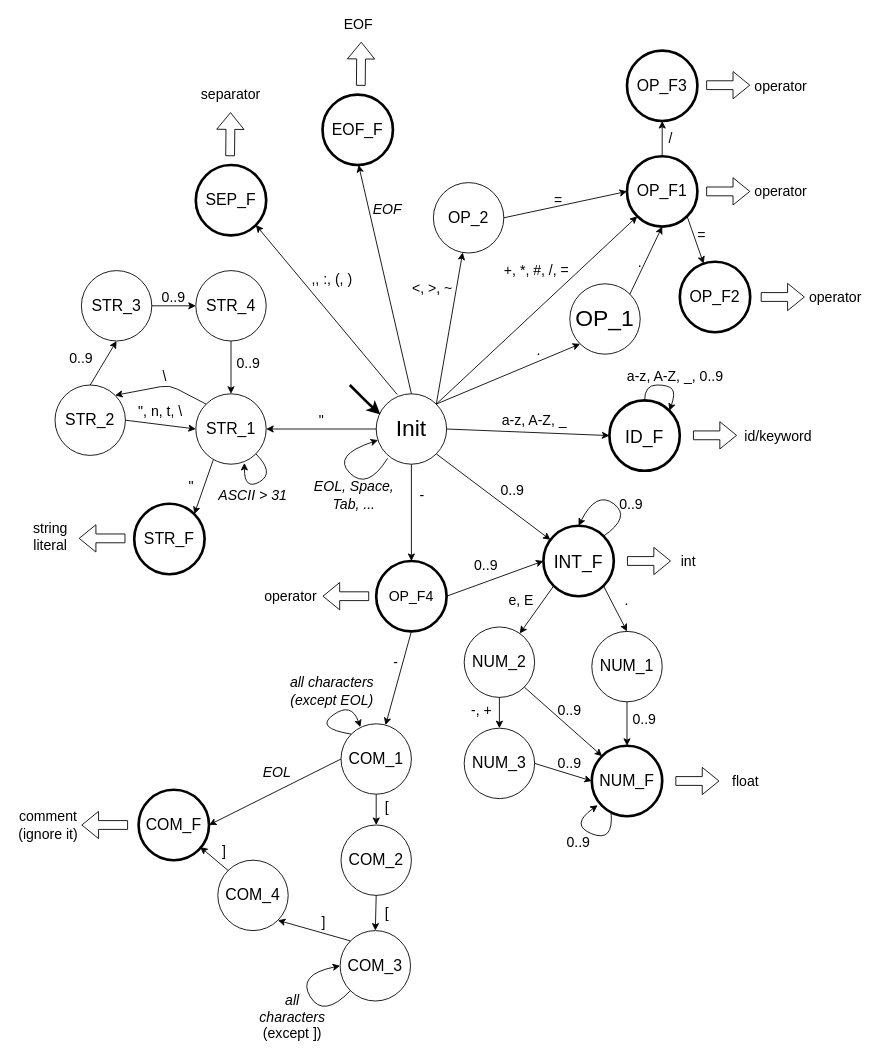
vojone/IFJ21 keeps this draw.io diagram as fsm.drawio. Above is the earlier version. Source tidied: cells renumbered, new cells numbered last; positions are measured from the earlier drawing's top-left corner, leaving out a move shared by most shapes. Both pictures are drawn from the tidied source at 88%, with x=0, y=0 at pixel (15, 15).
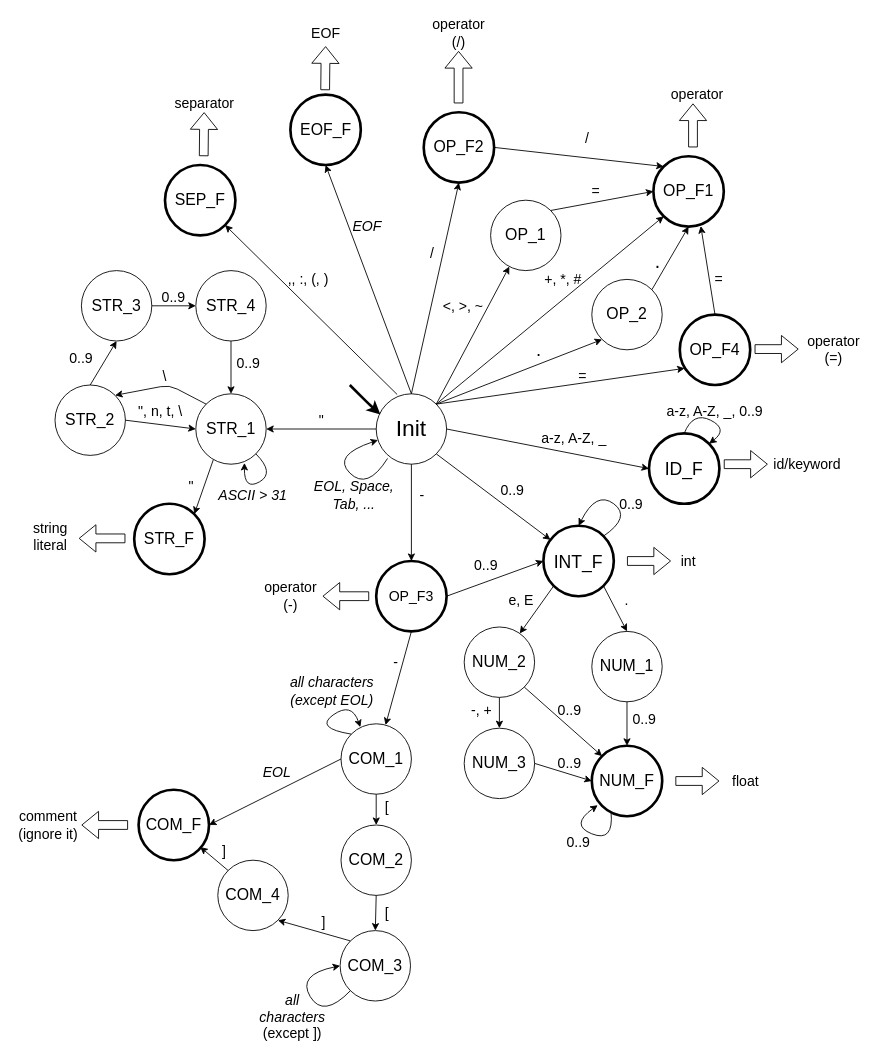
The same diagram, later.

Unchanged cells that the change refers to:
```xml
<mxCell id="4" value="Init" style="ellipse;whiteSpace=wrap;html=1;fontSize=26;" parent="1" vertex="1">
  <mxGeometry x="410" y="430" width="80" height="80" as="geometry" />
</mxCell>
```

Diff of the diagram source:
```diff
@@
     <mxCell id="3" value="a-z, A-Z, _" style="text;html=1;strokeColor=none;fillColor=none;align=center;verticalAlign=middle;whiteSpace=wrap;rounded=0;fontSize=16;" parent="1" vertex="1">
-      <mxGeometry x="550" y="450" width="80" height="20" as="geometry" />
+      <mxGeometry x="595" y="470" width="80" height="20" as="geometry" />
     </mxCell>
@@
     <mxCell id="5" value="ID_F" style="ellipse;whiteSpace=wrap;html=1;fontSize=20;strokeWidth=3;" parent="1" vertex="1">
-      <mxGeometry x="675" y="437.5" width="80" height="80" as="geometry" />
+      <mxGeometry x="720" y="475" width="80" height="80" as="geometry" />
     </mxCell>
     <mxCell id="6" style="curved=1;endArrow=classic;html=1;fontSize=26;exitX=0.5;exitY=0;exitDx=0;exitDy=0;entryX=1;entryY=0;entryDx=0;entryDy=0;" parent="1" edge="1" source="5" target="5">
       <mxGeometry relative="1" as="geometry">
         <Array as="points">
-          <mxPoint x="715" y="420" />
-          <mxPoint x="743" y="420" />
-          <mxPoint x="750" y="430" />
+          <mxPoint x="770" y="450" />
+          <mxPoint x="810" y="470" />
         </Array>
       </mxGeometry>
     </mxCell>
     <mxCell id="7" value="a-z, A-Z, _, 0..9" style="text;html=1;strokeColor=none;fillColor=none;align=center;verticalAlign=middle;whiteSpace=wrap;rounded=0;fontSize=16;" parent="1" vertex="1">
-      <mxGeometry x="690" y="400" width="120" height="20" as="geometry" />
+      <mxGeometry x="735" y="440" width="120" height="20" as="geometry" />
     </mxCell>
@@
-    <mxCell id="53" value="OP_F4" style="ellipse;whiteSpace=wrap;html=1;fontSize=16;strokeWidth=3;" parent="1" vertex="1">
+    <mxCell id="53" value="OP_F3" style="ellipse;whiteSpace=wrap;html=1;fontSize=16;strokeWidth=3;" parent="1" vertex="1">
       <mxGeometry x="410" y="620" width="80" height="80" as="geometry" />
     </mxCell>
@@
     <mxCell id="80" value="OP_F1" style="ellipse;whiteSpace=wrap;html=1;fontSize=18;strokeWidth=3;" parent="1" vertex="1">
-      <mxGeometry x="695" y="160" width="80" height="80" as="geometry" />
+      <mxGeometry x="725" y="160" width="80" height="80" as="geometry" />
     </mxCell>
     <mxCell id="81" value="SEP_F" style="ellipse;whiteSpace=wrap;html=1;fontSize=18;strokeWidth=3;" parent="1" vertex="1">
-      <mxGeometry x="205" y="170" width="80" height="80" as="geometry" />
+      <mxGeometry x="170" y="170" width="80" height="80" as="geometry" />
     </mxCell>
@@
-    <mxCell id="83" value="+, *, #, /, =" style="text;html=1;strokeColor=none;fillColor=none;align=center;verticalAlign=middle;whiteSpace=wrap;rounded=0;fontSize=16;" parent="1" vertex="1">
-      <mxGeometry x="545" y="280" width="95" height="20" as="geometry" />
+    <mxCell id="83" value="+, *, #" style="text;html=1;strokeColor=none;fillColor=none;align=center;verticalAlign=middle;whiteSpace=wrap;rounded=0;fontSize=16;" parent="1" vertex="1">
+      <mxGeometry x="575" y="290" width="95" height="20" as="geometry" />
     </mxCell>
-    <mxCell id="84" value="&amp;nbsp;=" style="text;html=1;strokeColor=none;fillColor=none;align=center;verticalAlign=middle;whiteSpace=wrap;rounded=0;fontSize=16;" parent="1" vertex="1">
-      <mxGeometry x="570" y="200" width="90" height="20" as="geometry" />
-    </mxCell>
@@
     <mxCell id="86" value=",, :, (, )" style="text;html=1;strokeColor=none;fillColor=none;align=center;verticalAlign=middle;whiteSpace=wrap;rounded=0;fontSize=16;" parent="1" vertex="1">
-      <mxGeometry x="330" y="290" width="60" height="20" as="geometry" />
+      <mxGeometry x="302.5" y="290" width="60" height="20" as="geometry" />
     </mxCell>
@@
     <mxCell id="89" style="shape=flexArrow;endArrow=classic;html=1;fontSize=16;strokeWidth=1;" parent="1" edge="1">
       <mxGeometry relative="1" as="geometry">
-        <mxPoint x="770" y="477.2" as="sourcePoint" />
-        <mxPoint x="820" y="477.2" as="targetPoint" />
+        <mxPoint x="805" y="510" as="sourcePoint" />
+        <mxPoint x="855" y="510" as="targetPoint" />
       </mxGeometry>
     </mxCell>
     <mxCell id="90" style="shape=flexArrow;endArrow=classic;html=1;fontSize=16;strokeWidth=1;" parent="1" edge="1">
       <mxGeometry relative="1" as="geometry">
-        <mxPoint x="785" y="200" as="sourcePoint" />
-        <mxPoint x="835" y="200" as="targetPoint" />
+        <mxPoint x="770" y="150" as="sourcePoint" />
+        <mxPoint x="770" y="100" as="targetPoint" />
       </mxGeometry>
     </mxCell>
     <mxCell id="91" style="shape=flexArrow;endArrow=classic;html=1;fontSize=16;strokeWidth=1;" parent="1" edge="1">
       <mxGeometry relative="1" as="geometry">
-        <mxPoint x="244" y="160" as="sourcePoint" />
-        <mxPoint x="244.5" y="110" as="targetPoint" />
+        <mxPoint x="214" y="160" as="sourcePoint" />
+        <mxPoint x="214.5" y="110" as="targetPoint" />
       </mxGeometry>
     </mxCell>
@@
     <mxCell id="96" value="id/keyword" style="text;html=1;strokeColor=none;fillColor=none;align=center;verticalAlign=middle;whiteSpace=wrap;rounded=0;fontSize=16;" parent="1" vertex="1">
-      <mxGeometry x="847" y="467.5" width="40" height="20" as="geometry" />
+      <mxGeometry x="880" y="500" width="40" height="20" as="geometry" />
     </mxCell>
-    <mxCell id="97" value="operator" style="text;html=1;strokeColor=none;fillColor=none;align=center;verticalAlign=middle;whiteSpace=wrap;rounded=0;fontSize=16;" parent="1" vertex="1">
-      <mxGeometry x="850" y="190" width="40" height="20" as="geometry" />
+    <mxCell id="97" value="operator (/)" style="text;html=1;strokeColor=none;fillColor=none;align=center;verticalAlign=middle;whiteSpace=wrap;rounded=0;fontSize=16;" parent="1" vertex="1">
+      <mxGeometry x="484" y="10" width="40" height="20" as="geometry" />
     </mxCell>
     <mxCell id="98" value="separator" style="text;html=1;strokeColor=none;fillColor=none;align=center;verticalAlign=middle;whiteSpace=wrap;rounded=0;fontSize=16;" parent="1" vertex="1">
-      <mxGeometry x="225" y="80" width="40" height="20" as="geometry" />
+      <mxGeometry x="195" y="90" width="40" height="20" as="geometry" />
     </mxCell>
@@
-    <mxCell id="104" value="OP_1" style="ellipse;whiteSpace=wrap;html=1;fontSize=26;" parent="1" vertex="1">
-      <mxGeometry x="630" y="305" width="80" height="80" as="geometry" />
+    <mxCell id="104" value="OP_2" style="ellipse;whiteSpace=wrap;html=1;fontSize=18;" parent="1" vertex="1">
+      <mxGeometry x="655" y="300" width="80" height="80" as="geometry" />
     </mxCell>
@@
-    <mxCell id="106" value="." style="text;html=1;strokeColor=none;fillColor=none;align=center;verticalAlign=middle;whiteSpace=wrap;rounded=0;fontSize=16;" parent="1" vertex="1">
-      <mxGeometry x="700" y="270" width="20" height="20" as="geometry" />
+    <mxCell id="106" value="." style="text;html=1;strokeColor=none;fillColor=none;align=center;verticalAlign=middle;whiteSpace=wrap;rounded=0;fontSize=22;" parent="1" vertex="1">
+      <mxGeometry x="720" y="270" width="20" height="20" as="geometry" />
     </mxCell>
-    <mxCell id="107" value="." style="text;html=1;strokeColor=none;fillColor=none;align=center;verticalAlign=middle;whiteSpace=wrap;rounded=0;fontSize=16;" parent="1" vertex="1">
+    <mxCell id="107" value="." style="text;html=1;strokeColor=none;fillColor=none;align=center;verticalAlign=middle;whiteSpace=wrap;rounded=0;fontSize=21;" parent="1" vertex="1">
       <mxGeometry x="585" y="370" width="20" height="20" as="geometry" />
     </mxCell>
-    <mxCell id="108" value="OP_2" style="ellipse;whiteSpace=wrap;html=1;fontSize=18;" parent="1" vertex="1">
-      <mxGeometry x="475" y="190" width="80" height="80" as="geometry" />
+    <mxCell id="108" value="OP_1" style="ellipse;whiteSpace=wrap;html=1;fontSize=18;" parent="1" vertex="1">
+      <mxGeometry x="540" y="210" width="80" height="80" as="geometry" />
     </mxCell>
@@
     <mxCell id="110" value="&amp;lt;, &amp;gt;, ~" style="text;html=1;strokeColor=none;fillColor=none;align=center;verticalAlign=middle;whiteSpace=wrap;rounded=0;fontSize=16;" parent="1" vertex="1">
-      <mxGeometry x="429" y="300" width="90" height="20" as="geometry" />
+      <mxGeometry x="484" y="320" width="50" height="20" as="geometry" />
     </mxCell>
-    <mxCell id="111" style="endArrow=classic;html=1;fontSize=16;exitX=1;exitY=0.5;exitDx=0;exitDy=0;entryX=0;entryY=0.5;entryDx=0;entryDy=0;" parent="1" edge="1" source="108" target="80">
+    <mxCell id="111" style="endArrow=classic;html=1;fontSize=16;entryX=0;entryY=0.5;entryDx=0;entryDy=0;startArrow=none;exitX=1;exitY=0;exitDx=0;exitDy=0;" parent="1" edge="1" source="108" target="80">
       <mxGeometry relative="1" as="geometry" />
     </mxCell>
-    <mxCell id="112" value="OP_F3" style="ellipse;whiteSpace=wrap;html=1;fontSize=18;strokeWidth=3;" parent="1" vertex="1">
-      <mxGeometry x="695" y="40" width="80" height="80" as="geometry" />
+    <mxCell id="112" value="OP_F2" style="ellipse;whiteSpace=wrap;html=1;fontSize=18;strokeWidth=3;" parent="1" vertex="1">
+      <mxGeometry x="464" y="110" width="80" height="80" as="geometry" />
     </mxCell>
-    <mxCell id="113" style="endArrow=classic;html=1;fontSize=16;entryX=0.5;entryY=1;entryDx=0;entryDy=0;exitX=0.5;exitY=0;exitDx=0;exitDy=0;" parent="1" edge="1" source="80" target="112">
-      <mxGeometry relative="1" as="geometry" />
+    <mxCell id="113" style="endArrow=classic;html=1;fontSize=16;entryX=0.5;entryY=1;entryDx=0;entryDy=0;" parent="1" edge="1" target="112">
+      <mxGeometry relative="1" as="geometry">
+        <mxPoint x="450" y="430" as="sourcePoint" />
+      </mxGeometry>
     </mxCell>
     <mxCell id="114" value="/" style="text;html=1;strokeColor=none;fillColor=none;align=center;verticalAlign=middle;whiteSpace=wrap;rounded=0;fontSize=16;" parent="1" vertex="1">
-      <mxGeometry x="700" y="130" width="90" height="20" as="geometry" />
+      <mxGeometry x="464" y="260" width="20" height="20" as="geometry" />
     </mxCell>
     <mxCell id="115" style="shape=flexArrow;endArrow=classic;html=1;fontSize=16;strokeWidth=1;" parent="1" edge="1">
       <mxGeometry relative="1" as="geometry">
-        <mxPoint x="785" y="79.3" as="sourcePoint" />
-        <mxPoint x="835" y="79.3" as="targetPoint" />
+        <mxPoint x="503.6" y="100" as="sourcePoint" />
+        <mxPoint x="503.6" y="40.4" as="targetPoint" />
       </mxGeometry>
     </mxCell>
     <mxCell id="116" value="operator" style="text;html=1;strokeColor=none;fillColor=none;align=center;verticalAlign=middle;whiteSpace=wrap;rounded=0;fontSize=16;" parent="1" vertex="1">
-      <mxGeometry x="850" y="70" width="40" height="20" as="geometry" />
+      <mxGeometry x="755" y="80" width="40" height="20" as="geometry" />
     </mxCell>
-    <mxCell id="117" value="OP_F2" style="ellipse;whiteSpace=wrap;html=1;fontSize=18;strokeWidth=3;" parent="1" vertex="1">
-      <mxGeometry x="755" y="280" width="80" height="80" as="geometry" />
-    </mxCell>
-    <mxCell id="118" style="endArrow=classic;html=1;fontSize=16;exitX=1;exitY=1;exitDx=0;exitDy=0;" parent="1" edge="1" source="80" target="117">
-      <mxGeometry relative="1" as="geometry" />
-    </mxCell>
-    <mxCell id="119" value="=" style="text;html=1;strokeColor=none;fillColor=none;align=center;verticalAlign=middle;whiteSpace=wrap;rounded=0;fontSize=16;" parent="1" vertex="1">
-      <mxGeometry x="735" y="240" width="90" height="20" as="geometry" />
-    </mxCell>
-    <mxCell id="120" style="shape=flexArrow;endArrow=classic;html=1;fontSize=16;strokeWidth=1;" parent="1" edge="1">
-      <mxGeometry relative="1" as="geometry">
-        <mxPoint x="847" y="320" as="sourcePoint" />
-        <mxPoint x="897" y="320" as="targetPoint" />
-      </mxGeometry>
-    </mxCell>
-    <mxCell id="121" value="operator" style="text;html=1;strokeColor=none;fillColor=none;align=center;verticalAlign=middle;whiteSpace=wrap;rounded=0;fontSize=16;" parent="1" vertex="1">
-      <mxGeometry x="912" y="310" width="40" height="20" as="geometry" />
-    </mxCell>
-    <mxCell id="122" style="endArrow=classic;html=1;fontSize=16;exitX=0.5;exitY=0;exitDx=0;exitDy=0;" parent="1" edge="1" source="4">
-      <mxGeometry relative="1" as="geometry">
-        <mxPoint x="390" y="170" as="targetPoint" />
-      </mxGeometry>
+    <mxCell id="122" style="endArrow=classic;html=1;fontSize=16;exitX=0.5;exitY=0;exitDx=0;exitDy=0;entryX=0.5;entryY=1;entryDx=0;entryDy=0;" parent="1" edge="1" source="4" target="124">
+      <mxGeometry relative="1" as="geometry" />
     </mxCell>
     <mxCell id="123" value="&lt;i&gt;EOF&lt;/i&gt;" style="text;html=1;strokeColor=none;fillColor=none;align=center;verticalAlign=middle;whiteSpace=wrap;rounded=0;fontSize=16;" parent="1" vertex="1">
-      <mxGeometry x="392.5" y="210" width="60" height="20" as="geometry" />
+      <mxGeometry x="370" y="230" width="60" height="20" as="geometry" />
     </mxCell>
     <mxCell id="124" value="EOF_F" style="ellipse;whiteSpace=wrap;html=1;fontSize=18;strokeWidth=3;" parent="1" vertex="1">
-      <mxGeometry x="349" y="90" width="80" height="80" as="geometry" />
+      <mxGeometry x="312.5" y="90" width="80" height="80" as="geometry" />
     </mxCell>
     <mxCell id="125" style="shape=flexArrow;endArrow=classic;html=1;fontSize=16;strokeWidth=1;" parent="1" edge="1">
       <mxGeometry relative="1" as="geometry">
-        <mxPoint x="392.5" y="80" as="sourcePoint" />
-        <mxPoint x="393" y="30" as="targetPoint" />
+        <mxPoint x="352" y="85" as="sourcePoint" />
+        <mxPoint x="352.5" y="35" as="targetPoint" />
       </mxGeometry>
     </mxCell>
     <mxCell id="126" value="EOF" style="text;html=1;strokeColor=none;fillColor=none;align=center;verticalAlign=middle;whiteSpace=wrap;rounded=0;fontSize=16;" parent="1" vertex="1">
-      <mxGeometry x="370" width="40" height="20" as="geometry" />
+      <mxGeometry x="332.5" y="10" width="40" height="20" as="geometry" />
     </mxCell>
@@
-    <mxCell id="128" value="operator" style="text;html=1;strokeColor=none;fillColor=none;align=center;verticalAlign=middle;whiteSpace=wrap;rounded=0;fontSize=16;" parent="1" vertex="1">
+    <mxCell id="128" value="&lt;div&gt;operator&lt;/div&gt;&lt;div&gt;(-)&lt;br&gt;&lt;/div&gt;" style="text;html=1;strokeColor=none;fillColor=none;align=center;verticalAlign=middle;whiteSpace=wrap;rounded=0;fontSize=16;" parent="1" vertex="1">
       <mxGeometry x="292.5" y="650" width="40" height="20" as="geometry" />
     </mxCell>
+    <mxCell id="84" value="&amp;nbsp;=" style="text;html=1;strokeColor=none;fillColor=none;align=center;verticalAlign=middle;whiteSpace=wrap;rounded=0;fontSize=16;" parent="1" vertex="1">
+      <mxGeometry x="635" y="400" width="15" height="20" as="geometry" />
+    </mxCell>
+    <mxCell id="129" style="endArrow=classic;html=1;fontSize=16;entryX=0;entryY=0;entryDx=0;entryDy=0;exitX=1;exitY=0.5;exitDx=0;exitDy=0;" parent="1" edge="1" source="112" target="80">
+      <mxGeometry relative="1" as="geometry" />
+    </mxCell>
+    <mxCell id="130" value="/" style="text;html=1;strokeColor=none;fillColor=none;align=center;verticalAlign=middle;whiteSpace=wrap;rounded=0;fontSize=16;" parent="1" vertex="1">
+      <mxGeometry x="640" y="130" width="20" height="20" as="geometry" />
+    </mxCell>
+    <mxCell id="131" value="OP_F4" style="ellipse;whiteSpace=wrap;html=1;fontSize=18;strokeWidth=3;" parent="1" vertex="1">
+      <mxGeometry x="755" y="340" width="80" height="80" as="geometry" />
+    </mxCell>
+    <mxCell id="132" style="endArrow=classic;html=1;fontSize=16;exitX=1;exitY=0;exitDx=0;exitDy=0;entryX=0.069;entryY=0.763;entryDx=0;entryDy=0;entryPerimeter=0;" parent="1" edge="1" source="4" target="131">
+      <mxGeometry relative="1" as="geometry" />
+    </mxCell>
+    <mxCell id="133" style="endArrow=classic;html=1;fontSize=16;exitX=0.5;exitY=0;exitDx=0;exitDy=0;entryX=0.673;entryY=0.992;entryDx=0;entryDy=0;entryPerimeter=0;" parent="1" edge="1" source="131" target="80">
+      <mxGeometry relative="1" as="geometry" />
+    </mxCell>
+    <mxCell id="134" value="&amp;nbsp;=" style="text;html=1;strokeColor=none;fillColor=none;align=center;verticalAlign=middle;whiteSpace=wrap;rounded=0;fontSize=16;" parent="1" vertex="1">
+      <mxGeometry x="650" y="190" width="15" height="20" as="geometry" />
+    </mxCell>
+    <mxCell id="135" value="&amp;nbsp;=" style="text;html=1;strokeColor=none;fillColor=none;align=center;verticalAlign=middle;whiteSpace=wrap;rounded=0;fontSize=16;" parent="1" vertex="1">
+      <mxGeometry x="790" y="290" width="15" height="20" as="geometry" />
+    </mxCell>
+    <mxCell id="136" style="shape=flexArrow;endArrow=classic;html=1;fontSize=16;strokeWidth=1;" parent="1" edge="1">
+      <mxGeometry relative="1" as="geometry">
+        <mxPoint x="840" y="379.2" as="sourcePoint" />
+        <mxPoint x="890" y="379.2" as="targetPoint" />
+      </mxGeometry>
+    </mxCell>
+    <mxCell id="137" value="&lt;div&gt;operator&lt;/div&gt;(=)" style="text;html=1;strokeColor=none;fillColor=none;align=center;verticalAlign=middle;whiteSpace=wrap;rounded=0;fontSize=16;" parent="1" vertex="1">
+      <mxGeometry x="910" y="370" width="40" height="20" as="geometry" />
+    </mxCell>
```
